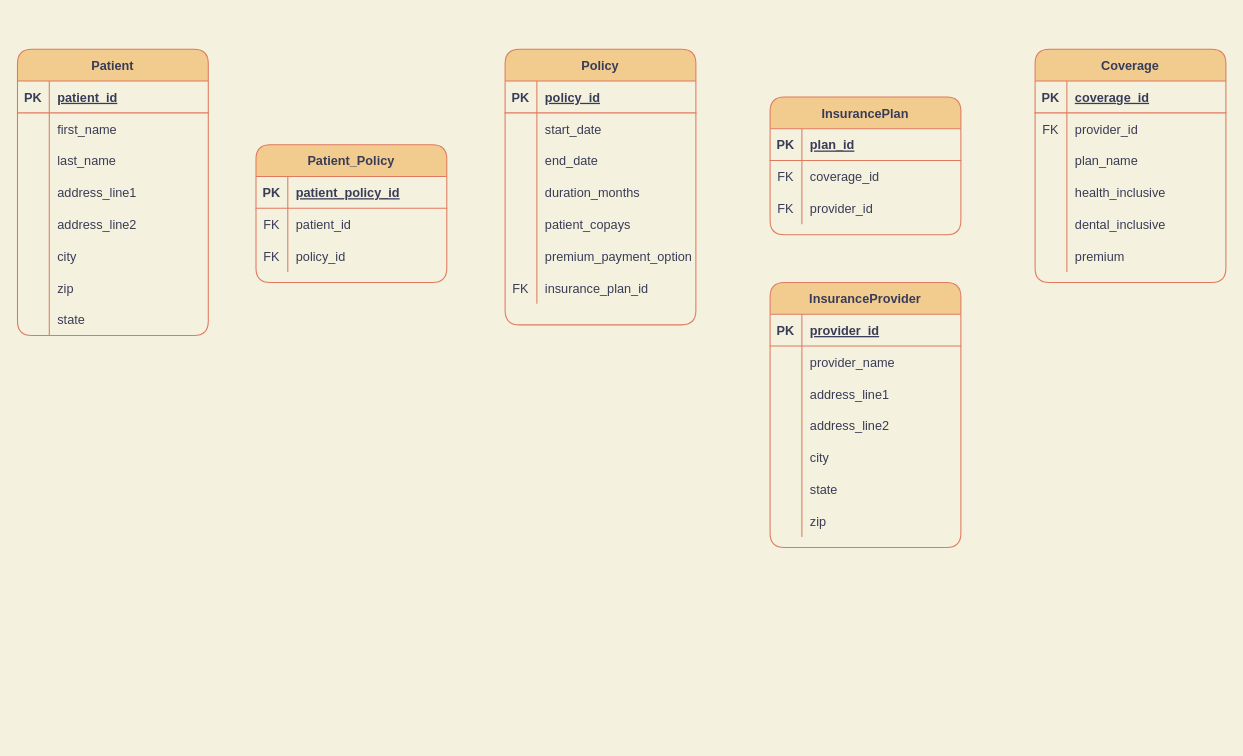
Earlier version of the draw.io diagram Untitled Diagram.drawio (pranotidhabu/java-practice). Source tidied: cells renumbered, new cells numbered last; positions are measured from the earlier drawing's top-left corner, leaving out a move shared by most shapes. Both pictures are drawn from the tidied source at 106%, with x=0, y=0 at pixel (17, 49).
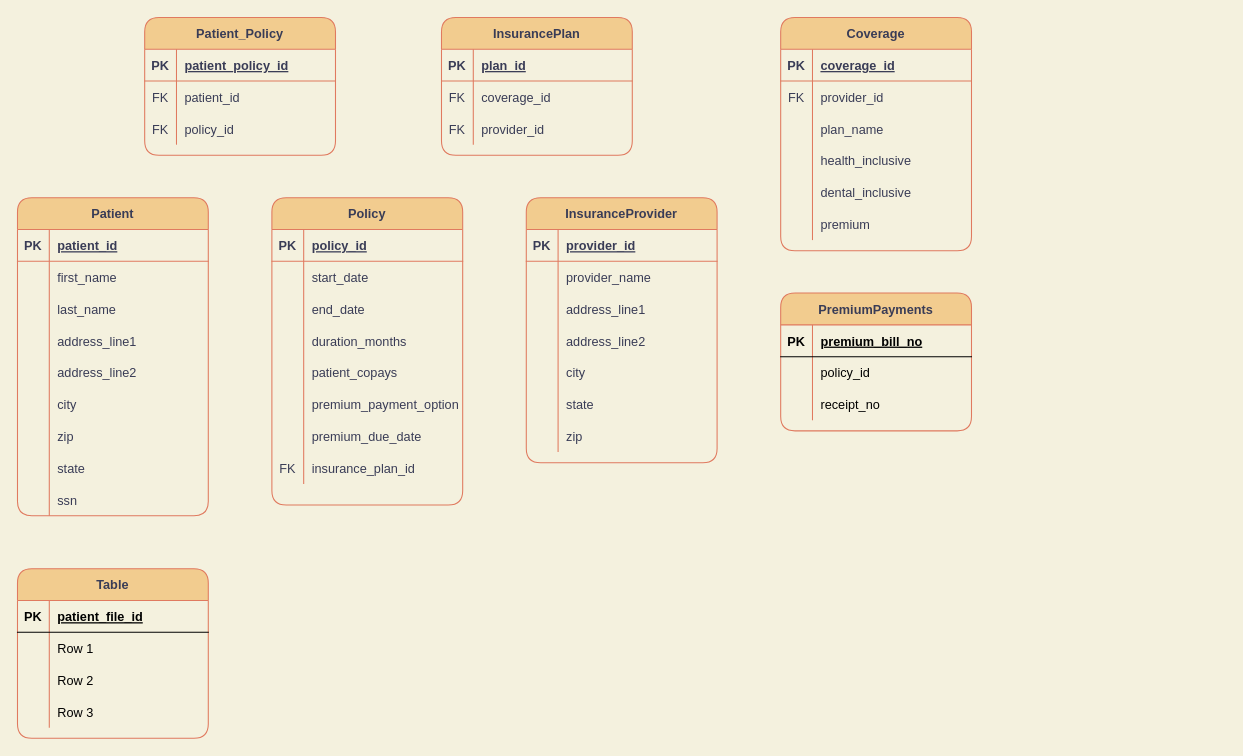
After the change.

Unchanged cells that the change refers to:
```xml
<mxCell id="24" style="shape=tableRow;horizontal=0;startSize=0;swimlaneHead=0;swimlaneBody=0;fillColor=none;top=0;left=0;right=0;bottom=0;strokeColor=#E07A5F;fontColor=#393C56;rounded=1;" parent="2" vertex="1">
  <mxGeometry y="240" width="180" height="30" as="geometry" />
</mxCell>
```

Diff of the diagram source:
```diff
@@
     <mxCell id="2" value="Patient" style="shape=table;startSize=30;childLayout=tableLayout;rowLines=0;fontStyle=1;align=center;fillColor=#F2CC8F;strokeColor=#E07A5F;fontColor=#393C56;rounded=1;" parent="1" vertex="1">
-      <mxGeometry width="180" height="270" as="geometry" />
+      <mxGeometry y="140" width="180" height="300" as="geometry" />
     </mxCell>
@@
-    <mxCell id="25" style="shape=partialRectangle;fillColor=none;top=0;left=0;bottom=0;right=0;overflow=hidden;strokeColor=#E07A5F;fontColor=#393C56;rounded=1;" parent="24" vertex="1">
-      <mxGeometry width="30" height="30" as="geometry" />
-    </mxCell>
+    <mxCell id="110" style="shape=partialRectangle;fillColor=none;top=0;left=0;bottom=0;right=0;overflow=hidden;strokeColor=#E07A5F;fontColor=#393C56;rounded=1;" parent="24" vertex="1">
+      <mxGeometry width="30" height="30" as="geometry" />
+    </mxCell>
@@
+    <mxCell id="111" style="shape=tableRow;horizontal=0;startSize=0;swimlaneHead=0;swimlaneBody=0;fillColor=none;top=0;left=0;right=0;bottom=0;strokeColor=#E07A5F;fontColor=#393C56;rounded=1;" parent="2" vertex="1">
+      <mxGeometry y="270" width="180" height="30" as="geometry" />
+    </mxCell>
+    <mxCell id="112" style="shape=partialRectangle;fillColor=none;top=0;left=0;bottom=0;right=0;overflow=hidden;strokeColor=#E07A5F;fontColor=#393C56;rounded=1;" parent="111" vertex="1">
+      <mxGeometry width="30" height="30" as="geometry" />
+    </mxCell>
+    <mxCell id="113" value="ssn" style="shape=partialRectangle;fillColor=none;top=0;left=0;bottom=0;right=0;align=left;spacingLeft=6;overflow=hidden;strokeColor=#E07A5F;fontColor=#393C56;rounded=1;" parent="111" vertex="1">
+      <mxGeometry x="30" width="150" height="30" as="geometry" />
+    </mxCell>
     <mxCell id="27" value="Patient_Policy" style="shape=table;startSize=30;childLayout=tableLayout;rowLines=0;fontStyle=1;align=center;rounded=1;fontColor=#393C56;strokeColor=#E07A5F;fillColor=#F2CC8F;" parent="1" vertex="1">
-      <mxGeometry x="225" y="90" width="180" height="130" as="geometry" />
+      <mxGeometry x="120" y="-30" width="180" height="130" as="geometry" />
     </mxCell>
@@
     <mxCell id="37" value="Policy" style="shape=table;startSize=30;childLayout=tableLayout;rowLines=0;fontStyle=1;align=center;rounded=1;sketch=0;fontColor=#393C56;strokeColor=#E07A5F;fillColor=#F2CC8F;" parent="1" vertex="1">
-      <mxGeometry x="460" width="180" height="260" as="geometry" />
+      <mxGeometry x="240" y="140" width="180" height="290" as="geometry" />
     </mxCell>
@@
+    <mxCell id="114" style="shape=tableRow;horizontal=0;startSize=0;swimlaneHead=0;swimlaneBody=0;fillColor=none;top=0;left=0;right=0;bottom=0;rounded=1;sketch=0;fontColor=#393C56;strokeColor=#E07A5F;" parent="37" vertex="1">
+      <mxGeometry y="210" width="180" height="30" as="geometry" />
+    </mxCell>
+    <mxCell id="115" style="shape=partialRectangle;fillColor=none;top=0;left=0;bottom=0;right=0;overflow=hidden;rounded=1;sketch=0;fontColor=#393C56;strokeColor=#E07A5F;" parent="114" vertex="1">
+      <mxGeometry width="30" height="30" as="geometry" />
+    </mxCell>
+    <mxCell id="116" value="premium_due_date" style="shape=partialRectangle;fillColor=none;top=0;left=0;bottom=0;right=0;align=left;spacingLeft=6;overflow=hidden;rounded=1;sketch=0;fontColor=#393C56;strokeColor=#E07A5F;" parent="114" vertex="1">
+      <mxGeometry x="30" width="150" height="30" as="geometry" />
+    </mxCell>
     <mxCell id="56" style="shape=tableRow;horizontal=0;startSize=0;swimlaneHead=0;swimlaneBody=0;fillColor=none;top=0;left=0;right=0;bottom=0;rounded=1;sketch=0;fontColor=#393C56;strokeColor=#E07A5F;" parent="37" vertex="1">
-      <mxGeometry y="210" width="180" height="30" as="geometry" />
+      <mxGeometry y="240" width="180" height="30" as="geometry" />
     </mxCell>
@@
     <mxCell id="59" value="InsurancePlan" style="shape=table;startSize=30;childLayout=tableLayout;rowLines=0;fontStyle=1;align=center;rounded=1;sketch=0;fontColor=#393C56;strokeColor=#E07A5F;fillColor=#F2CC8F;" parent="1" vertex="1">
-      <mxGeometry x="710" y="45" width="180" height="130" as="geometry" />
+      <mxGeometry x="400" y="-30" width="180" height="130" as="geometry" />
     </mxCell>
@@
     <mxCell id="69" value="Coverage" style="shape=table;startSize=30;childLayout=tableLayout;rowLines=0;fontStyle=1;align=center;rounded=1;sketch=0;fontColor=#393C56;strokeColor=#E07A5F;fillColor=#F2CC8F;" parent="1" vertex="1">
-      <mxGeometry x="960" width="180" height="220" as="geometry" />
+      <mxGeometry x="720" y="-30" width="180" height="220" as="geometry" />
     </mxCell>
@@
     <mxCell id="88" value="InsuranceProvider" style="shape=table;startSize=30;childLayout=tableLayout;rowLines=0;fontStyle=1;align=center;rounded=1;sketch=0;fontColor=#393C56;strokeColor=#E07A5F;fillColor=#F2CC8F;" parent="1" vertex="1">
-      <mxGeometry x="710" y="220" width="180" height="250" as="geometry" />
+      <mxGeometry x="480" y="140" width="180" height="250" as="geometry" />
     </mxCell>
@@
+    <mxCell id="117" value="PremiumPayments" style="shape=table;startSize=30;childLayout=tableLayout;rowLines=0;fontStyle=1;align=center;fillColor=#F2CC8F;strokeColor=#E07A5F;fontColor=#393C56;rounded=1;sketch=0;" parent="1" vertex="1">
+      <mxGeometry x="720" y="230" width="180" height="130" as="geometry" />
+    </mxCell>
+    <mxCell id="118" style="shape=tableRow;horizontal=0;startSize=0;swimlaneHead=0;swimlaneBody=0;fillColor=none;top=0;left=0;right=0;bottom=1;" parent="117" vertex="1">
+      <mxGeometry y="30" width="180" height="30" as="geometry" />
+    </mxCell>
+    <mxCell id="119" value="PK" style="shape=partialRectangle;fillColor=none;top=0;left=0;bottom=0;right=0;fontStyle=1;overflow=hidden;" parent="118" vertex="1">
+      <mxGeometry width="30" height="30" as="geometry" />
+    </mxCell>
+    <mxCell id="120" value="premium_bill_no" style="shape=partialRectangle;fillColor=none;top=0;left=0;bottom=0;right=0;align=left;spacingLeft=6;fontStyle=5;overflow=hidden;" parent="118" vertex="1">
+      <mxGeometry x="30" width="150" height="30" as="geometry" />
+    </mxCell>
+    <mxCell id="121" style="shape=tableRow;horizontal=0;startSize=0;swimlaneHead=0;swimlaneBody=0;fillColor=none;top=0;left=0;right=0;bottom=0;" parent="117" vertex="1">
+      <mxGeometry y="60" width="180" height="30" as="geometry" />
+    </mxCell>
+    <mxCell id="122" style="shape=partialRectangle;fillColor=none;top=0;left=0;bottom=0;right=0;overflow=hidden;" parent="121" vertex="1">
+      <mxGeometry width="30" height="30" as="geometry" />
+    </mxCell>
+    <mxCell id="123" value="policy_id" style="shape=partialRectangle;fillColor=none;top=0;left=0;bottom=0;right=0;align=left;spacingLeft=6;overflow=hidden;" parent="121" vertex="1">
+      <mxGeometry x="30" width="150" height="30" as="geometry" />
+    </mxCell>
+    <mxCell id="124" style="shape=tableRow;horizontal=0;startSize=0;swimlaneHead=0;swimlaneBody=0;fillColor=none;top=0;left=0;right=0;bottom=0;" parent="117" vertex="1">
+      <mxGeometry y="90" width="180" height="30" as="geometry" />
+    </mxCell>
+    <mxCell id="125" style="shape=partialRectangle;fillColor=none;top=0;left=0;bottom=0;right=0;overflow=hidden;" parent="124" vertex="1">
+      <mxGeometry width="30" height="30" as="geometry" />
+    </mxCell>
+    <mxCell id="126" value="receipt_no" style="shape=partialRectangle;fillColor=none;top=0;left=0;bottom=0;right=0;align=left;spacingLeft=6;overflow=hidden;" parent="124" vertex="1">
+      <mxGeometry x="30" width="150" height="30" as="geometry" />
+    </mxCell>
+    <mxCell id="127" value="Table" style="shape=table;startSize=30;childLayout=tableLayout;rowLines=0;fontStyle=1;align=center;fillColor=#F2CC8F;strokeColor=#E07A5F;fontColor=#393C56;rounded=1;" parent="1" vertex="1">
+      <mxGeometry y="490" width="180" height="160" as="geometry" />
+    </mxCell>
+    <mxCell id="128" style="shape=tableRow;horizontal=0;startSize=0;swimlaneHead=0;swimlaneBody=0;fillColor=none;top=0;left=0;right=0;bottom=1;" parent="127" vertex="1">
+      <mxGeometry y="30" width="180" height="30" as="geometry" />
+    </mxCell>
+    <mxCell id="129" value="PK" style="shape=partialRectangle;fillColor=none;top=0;left=0;bottom=0;right=0;fontStyle=1;overflow=hidden;" parent="128" vertex="1">
+      <mxGeometry width="30" height="30" as="geometry" />
+    </mxCell>
+    <mxCell id="130" value="patient_file_id" style="shape=partialRectangle;fillColor=none;top=0;left=0;bottom=0;right=0;align=left;spacingLeft=6;fontStyle=5;overflow=hidden;" parent="128" vertex="1">
+      <mxGeometry x="30" width="150" height="30" as="geometry" />
+    </mxCell>
+    <mxCell id="131" style="shape=tableRow;horizontal=0;startSize=0;swimlaneHead=0;swimlaneBody=0;fillColor=none;top=0;left=0;right=0;bottom=0;" parent="127" vertex="1">
+      <mxGeometry y="60" width="180" height="30" as="geometry" />
+    </mxCell>
+    <mxCell id="132" style="shape=partialRectangle;fillColor=none;top=0;left=0;bottom=0;right=0;overflow=hidden;" parent="131" vertex="1">
+      <mxGeometry width="30" height="30" as="geometry" />
+    </mxCell>
+    <mxCell id="133" value="Row 1" style="shape=partialRectangle;fillColor=none;top=0;left=0;bottom=0;right=0;align=left;spacingLeft=6;overflow=hidden;" parent="131" vertex="1">
+      <mxGeometry x="30" width="150" height="30" as="geometry" />
+    </mxCell>
+    <mxCell id="134" style="shape=tableRow;horizontal=0;startSize=0;swimlaneHead=0;swimlaneBody=0;fillColor=none;top=0;left=0;right=0;bottom=0;" parent="127" vertex="1">
+      <mxGeometry y="90" width="180" height="30" as="geometry" />
+    </mxCell>
+    <mxCell id="135" style="shape=partialRectangle;fillColor=none;top=0;left=0;bottom=0;right=0;overflow=hidden;" parent="134" vertex="1">
+      <mxGeometry width="30" height="30" as="geometry" />
+    </mxCell>
+    <mxCell id="136" value="Row 2" style="shape=partialRectangle;fillColor=none;top=0;left=0;bottom=0;right=0;align=left;spacingLeft=6;overflow=hidden;" parent="134" vertex="1">
+      <mxGeometry x="30" width="150" height="30" as="geometry" />
+    </mxCell>
+    <mxCell id="137" style="shape=tableRow;horizontal=0;startSize=0;swimlaneHead=0;swimlaneBody=0;fillColor=none;top=0;left=0;right=0;bottom=0;" parent="127" vertex="1">
+      <mxGeometry y="120" width="180" height="30" as="geometry" />
+    </mxCell>
+    <mxCell id="138" style="shape=partialRectangle;fillColor=none;top=0;left=0;bottom=0;right=0;overflow=hidden;" parent="137" vertex="1">
+      <mxGeometry width="30" height="30" as="geometry" />
+    </mxCell>
+    <mxCell id="139" value="Row 3" style="shape=partialRectangle;fillColor=none;top=0;left=0;bottom=0;right=0;align=left;spacingLeft=6;overflow=hidden;" parent="137" vertex="1">
+      <mxGeometry x="30" width="150" height="30" as="geometry" />
+    </mxCell>
```
